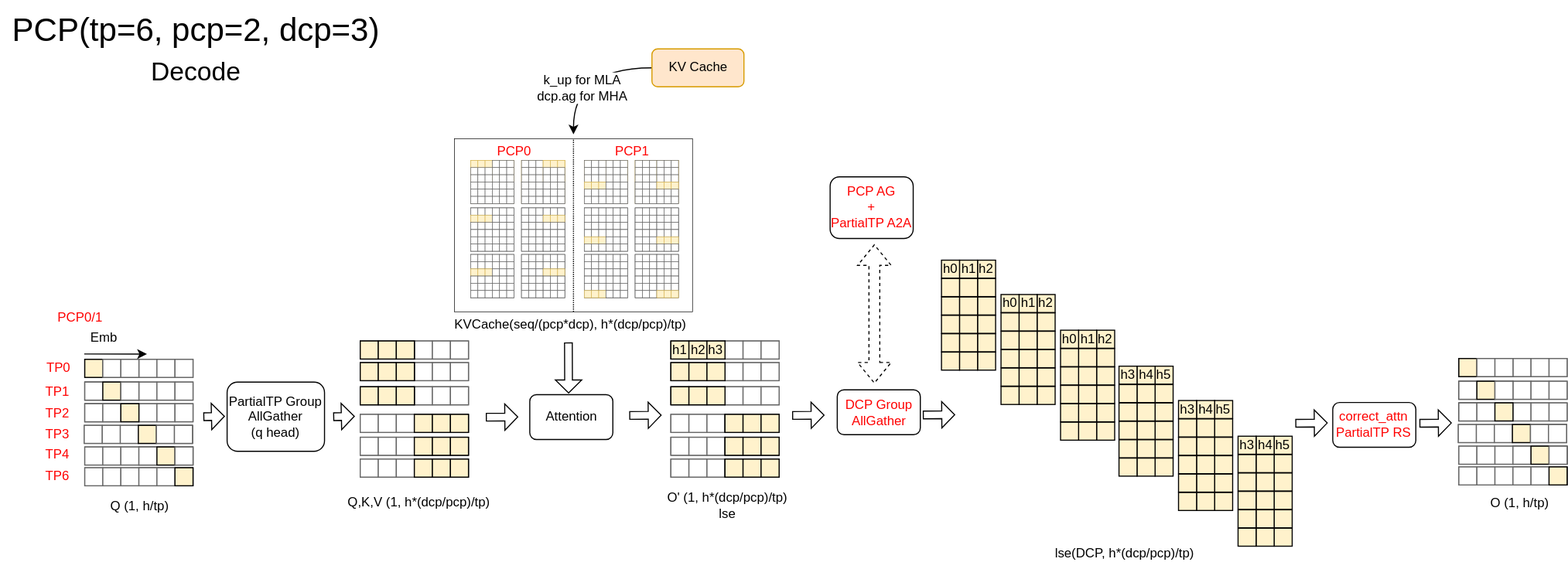
pisceskkk/CP-Viz keeps this draw.io diagram as static/images/CP/PCP-decode.svg. Above is the earlier version. Source tidied: cells renumbered, new cells last; positions are measured from the earlier drawing's top-left corner, leaving out a move shared by most shapes.
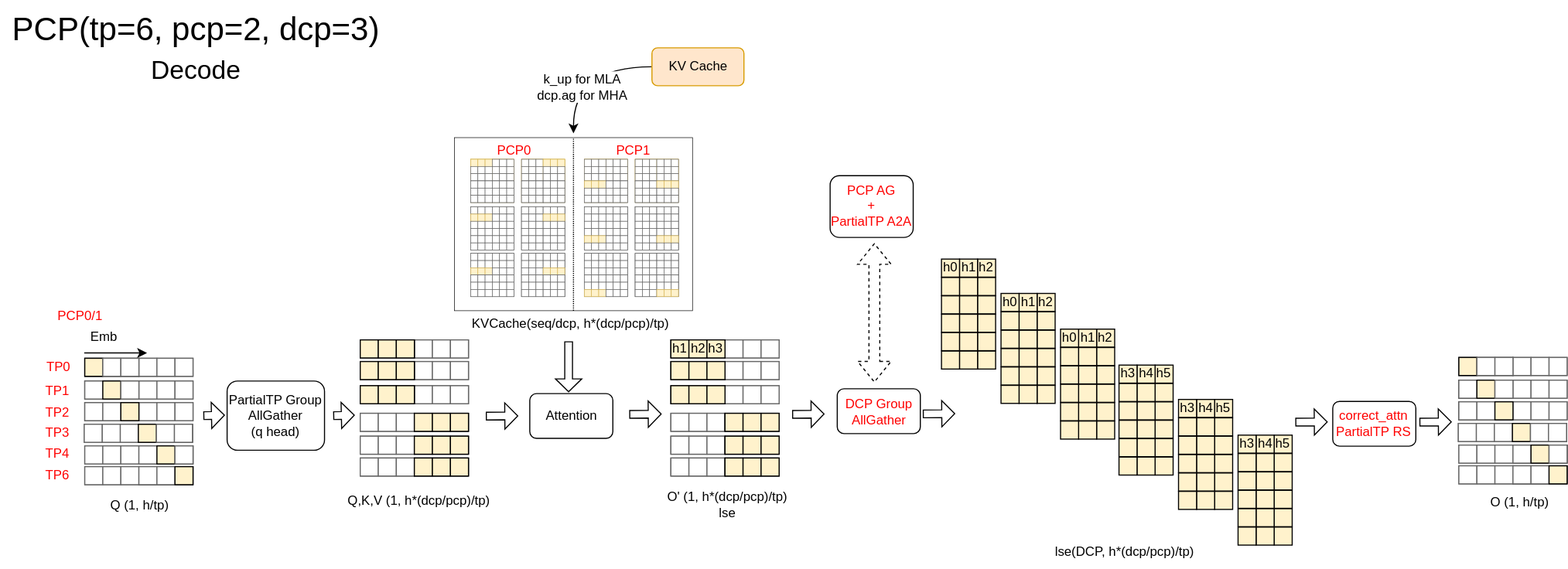
After the commit.

Change to the diagram source:
```diff
@@ -5,8 +5,8 @@
     <mxCell id="2" style="rounded=0;whiteSpace=wrap;html=1;strokeWidth=0.5;fontSize=12;fontColor=#FF0000;fillColor=#FFFFFF;" parent="1" vertex="1">
       <mxGeometry x="419" y="127.7" width="220" height="160" as="geometry" />
     </mxCell>
-    <mxCell id="3" value="KVCache(seq/(pcp*dcp), h*(dcp/pcp)/tp)" style="text;html=1;align=center;verticalAlign=middle;points=[];strokeColor=none;fillColor=none;fontSize=12;" parent="1" vertex="1">
-      <mxGeometry x="406" y="284.7" width="240" height="30" as="geometry" />
+    <mxCell id="3" value="KVCache(seq/dcp, h*(dcp/pcp)/tp)" style="text;html=1;align=center;verticalAlign=middle;points=[];strokeColor=none;fillColor=none;fontSize=12;" parent="1" vertex="1">
+      <mxGeometry x="421" y="284.7" width="210" height="30" as="geometry" />
     </mxCell>
     <mxCell id="4" style="shape=flexArrow;endArrow=classic;html=1;rounded=0;width=7.142857142857142;endSize=3.6476190476190475;endWidth=16.122448979591837;" parent="1" edge="1">
       <mxGeometry relative="1" as="geometry">
```
